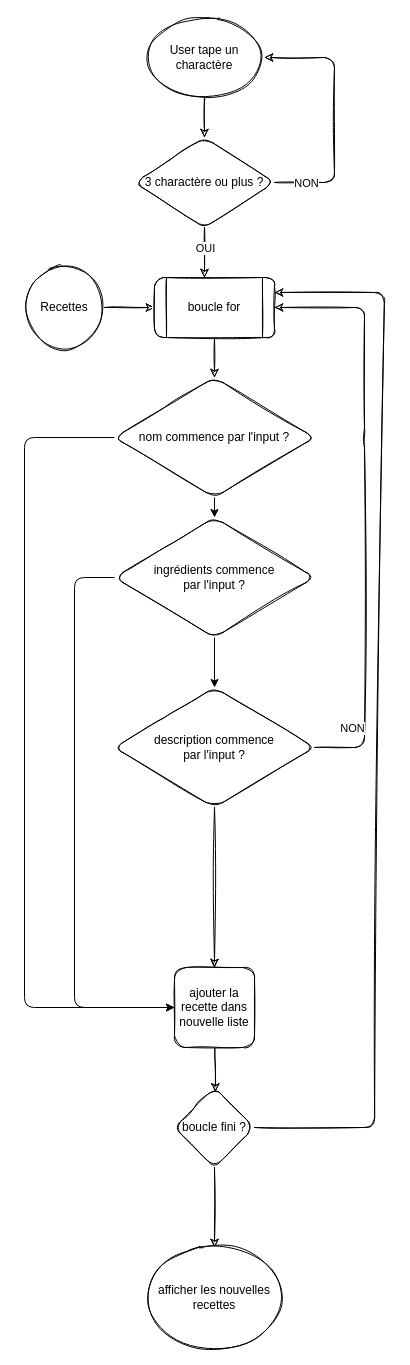
Redshark61/P6 keeps this draw.io diagram as doc/loops.drawio. Above is the earlier version. Source tidied: cells renumbered, new cells numbered last; positions are measured from the earlier drawing's top-left corner, leaving out a move shared by most shapes. Both pictures are drawn from the tidied source at 100%, with x=0, y=0 at pixel (24, 17).
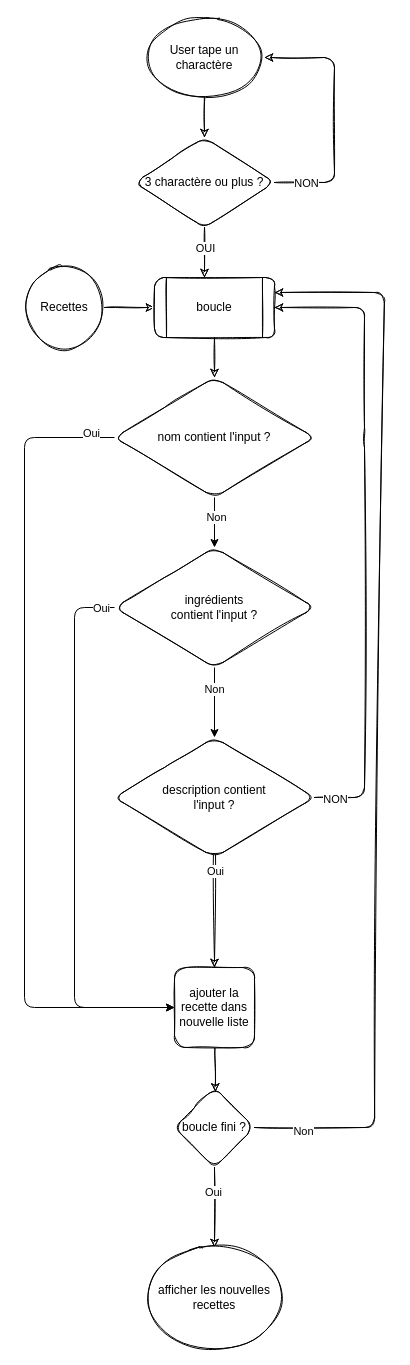
The same diagram, later.

Commit message (it also covers changes not shown here):
typo in diagram

Unchanged cells that the change refers to:
```xml
<mxCell id="15" style="edgeStyle=none;rounded=1;sketch=1;html=1;entryX=0.5;entryY=0;entryDx=0;entryDy=0;" parent="1" edge="1" target="20">
  <mxGeometry relative="1" as="geometry">
    <mxPoint x="190" y="790" as="sourcePoint" />
  </mxGeometry>
</mxCell>
<mxCell id="16" style="edgeStyle=none;html=1;entryX=0.5;entryY=0;entryDx=0;entryDy=0;" parent="1" edge="1" source="18" target="27">
  <mxGeometry relative="1" as="geometry" />
</mxCell>
<mxCell id="17" style="edgeStyle=none;html=1;exitX=0;exitY=0.5;exitDx=0;exitDy=0;entryX=0;entryY=0.5;entryDx=0;entryDy=0;" parent="1" edge="1" source="18" target="20">
  <mxGeometry relative="1" as="geometry">
    <Array as="points">
      <mxPoint y="420" />
      <mxPoint y="990" />
    </Array>
  </mxGeometry>
</mxCell>
<mxCell id="21" style="edgeStyle=none;rounded=1;sketch=1;html=1;entryX=1;entryY=0.25;entryDx=0;entryDy=0;exitX=1;exitY=0.5;exitDx=0;exitDy=0;" parent="1" edge="1" source="23" target="12">
  <mxGeometry relative="1" as="geometry">
    <Array as="points">
      <mxPoint x="350" y="1110" />
      <mxPoint x="360" y="275" />
    </Array>
  </mxGeometry>
</mxCell>
<mxCell id="22" style="edgeStyle=none;rounded=1;sketch=1;html=1;" parent="1" edge="1" source="23">
  <mxGeometry relative="1" as="geometry">
    <mxPoint x="190" y="1230" as="targetPoint" />
  </mxGeometry>
</mxCell>
<mxCell id="25" style="edgeStyle=none;html=1;entryX=0.5;entryY=0;entryDx=0;entryDy=0;" parent="1" edge="1" source="27" target="28">
  <mxGeometry relative="1" as="geometry" />
</mxCell>
```

Change to the diagram source:
```diff
@@
-    <mxCell id="12" value="boucle for" style="shape=process;whiteSpace=wrap;html=1;backgroundOutline=1;rounded=1;sketch=1;" parent="1" vertex="1">
+    <mxCell id="12" value="boucle" style="shape=process;whiteSpace=wrap;html=1;backgroundOutline=1;rounded=1;sketch=1;" parent="1" vertex="1">
       <mxGeometry x="130" y="260" width="120" height="60" as="geometry" />
     </mxCell>
     <mxCell id="13" style="edgeStyle=none;rounded=1;sketch=1;html=1;entryX=1;entryY=0.5;entryDx=0;entryDy=0;exitX=1;exitY=0.5;exitDx=0;exitDy=0;" parent="1" edge="1" source="28" target="12">
       <mxGeometry relative="1" as="geometry">
         <Array as="points">
-          <mxPoint x="340" y="730" />
+          <mxPoint x="340" y="780" />
           <mxPoint x="340" y="420" />
           <mxPoint x="340" y="290" />
         </Array>
       </mxGeometry>
     </mxCell>
     <mxCell id="14" value="NON" style="edgeLabel;html=1;align=center;verticalAlign=middle;" parent="13" vertex="1">
       <mxGeometry x="-0.76" relative="1" as="geometry">
-        <mxPoint x="-13" as="offset" />
+        <mxPoint x="-30" y="27" as="offset" />
       </mxGeometry>
     </mxCell>
@@
+    <mxCell id="29" value="Oui" style="edgeLabel;html=1;align=center;verticalAlign=middle;" parent="15" vertex="1">
+      <mxGeometry x="-0.21" relative="1" as="geometry" />
+    </mxCell>
@@
+    <mxCell id="30" value="Non" style="edgeLabel;html=1;align=center;verticalAlign=middle;" parent="16" vertex="1">
+      <mxGeometry x="-0.26" y="1" relative="1" as="geometry" />
+    </mxCell>
@@
+    <mxCell id="31" value="Oui" style="edgeLabel;html=1;align=center;verticalAlign=middle;" parent="17" vertex="1">
+      <mxGeometry x="-0.94" y="-5" relative="1" as="geometry" />
+    </mxCell>
-    <mxCell id="18" value="nom commence par l'input ?" style="rhombus;whiteSpace=wrap;html=1;rounded=1;sketch=1;" parent="1" vertex="1">
+    <mxCell id="18" value="nom contient l'input ?" style="rhombus;whiteSpace=wrap;html=1;rounded=1;sketch=1;" parent="1" vertex="1">
       <mxGeometry x="90" y="360" width="200" height="120" as="geometry" />
     </mxCell>
@@
+    <mxCell id="32" value="Non" style="edgeLabel;html=1;align=center;verticalAlign=middle;" parent="21" vertex="1">
+      <mxGeometry x="-0.91" y="-3" relative="1" as="geometry" />
+    </mxCell>
@@
+    <mxCell id="33" value="Oui" style="edgeLabel;html=1;align=center;verticalAlign=middle;" parent="22" vertex="1">
+      <mxGeometry x="-0.39" y="-2" relative="1" as="geometry" />
+    </mxCell>
@@
+    <mxCell id="34" value="Non" style="edgeLabel;html=1;align=center;verticalAlign=middle;" parent="25" vertex="1">
+      <mxGeometry x="-0.39" y="-1" relative="1" as="geometry" />
+    </mxCell>
     <mxCell id="26" style="edgeStyle=none;html=1;exitX=0;exitY=0.5;exitDx=0;exitDy=0;" parent="1" edge="1" source="27">
       <mxGeometry relative="1" as="geometry">
         <mxPoint x="150" y="990" as="targetPoint" />
         <Array as="points">
-          <mxPoint x="50" y="560" />
+          <mxPoint x="50" y="590" />
           <mxPoint x="50" y="990" />
         </Array>
       </mxGeometry>
     </mxCell>
+    <mxCell id="35" value="Oui" style="edgeLabel;html=1;align=center;verticalAlign=middle;" parent="26" vertex="1">
+      <mxGeometry x="-0.95" relative="1" as="geometry" />
+    </mxCell>
-    <mxCell id="27" value="ingrédients commence &lt;br&gt;par l'input ?" style="rhombus;whiteSpace=wrap;html=1;rounded=1;sketch=1;" parent="1" vertex="1">
-      <mxGeometry x="90" y="500" width="200" height="120" as="geometry" />
+    <mxCell id="27" value="ingrédients&lt;br&gt;contient l'input ?" style="rhombus;whiteSpace=wrap;html=1;rounded=1;sketch=1;" parent="1" vertex="1">
+      <mxGeometry x="90" y="530" width="200" height="120" as="geometry" />
     </mxCell>
-    <mxCell id="28" value="description commence &lt;br&gt;par l'input ?" style="rhombus;whiteSpace=wrap;html=1;rounded=1;sketch=1;" parent="1" vertex="1">
-      <mxGeometry x="90" y="670" width="200" height="120" as="geometry" />
+    <mxCell id="28" value="description contient&lt;br&gt;l'input ?" style="rhombus;whiteSpace=wrap;html=1;rounded=1;sketch=1;" parent="1" vertex="1">
+      <mxGeometry x="90" y="720" width="200" height="120" as="geometry" />
     </mxCell>
```
